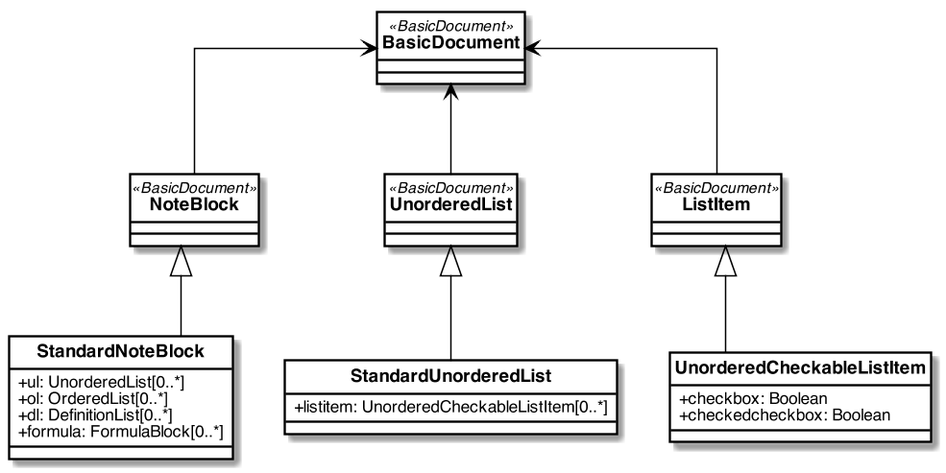
Earlier version of the PlantUML export standoc/images/StandardDoc_Block.png (metanorma/standoc-models).
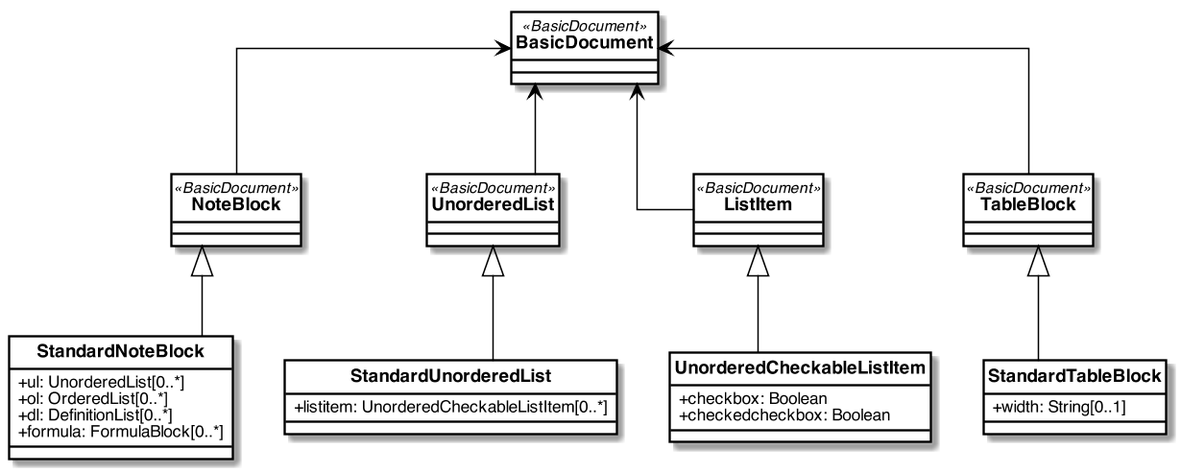
The same diagram one commit later.

Commit message:
table/@width: https://github.com/metanorma/metanorma-iso/issues/330

Change to the diagram source:
```diff
@@ -70,14 +70,23 @@
     +checkedcheckbox: Boolean
 }
 
+class TableBlock <<BasicDocument>> {
+}
+
+class StandardTableBlock {
+    +width: String[0..1]
+}
+
 
 
 
 BasicDocument <-- NoteBlock
 BasicDocument <-- UnorderedList
 BasicDocument <-- ListItem
+BasicDocument <-- TableBlock
 NoteBlock <|-- StandardNoteBlock
 UnorderedList <|-- StandardUnorderedList
 ListItem <|-- UnorderedCheckableListItem
+TableBlock <|-- StandardTableBlock
 
 @enduml
```
